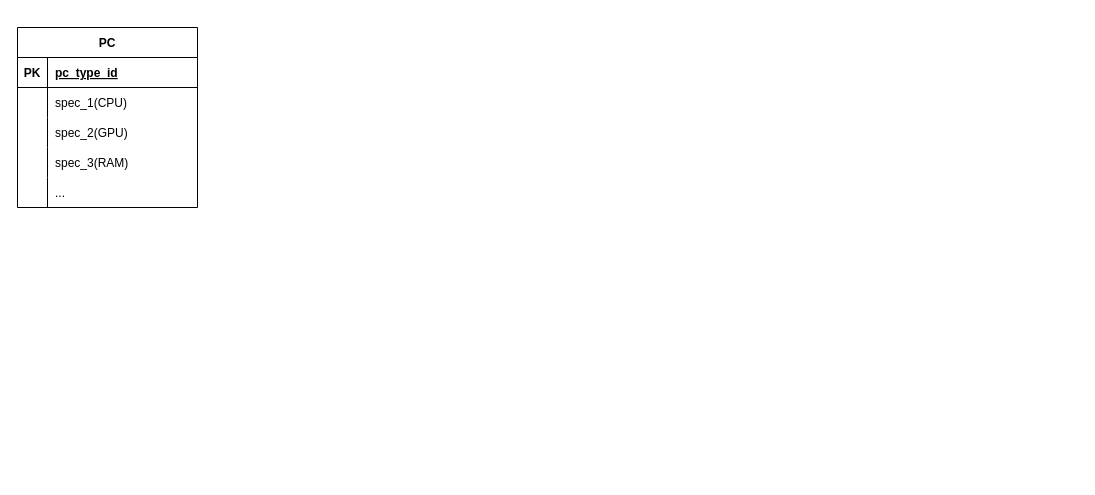
This is stage2_ER_diagram.drawio from cs411-alawini/sp23-cs411-team057-NYRN, a draw.io file, before an edit. Source tidied: cells renumbered, new cells numbered last; positions are measured from the earlier drawing's top-left corner, leaving out a move shared by most shapes. Both pictures are drawn from the tidied source at 100%, with x=0, y=0 at pixel (17, 27).
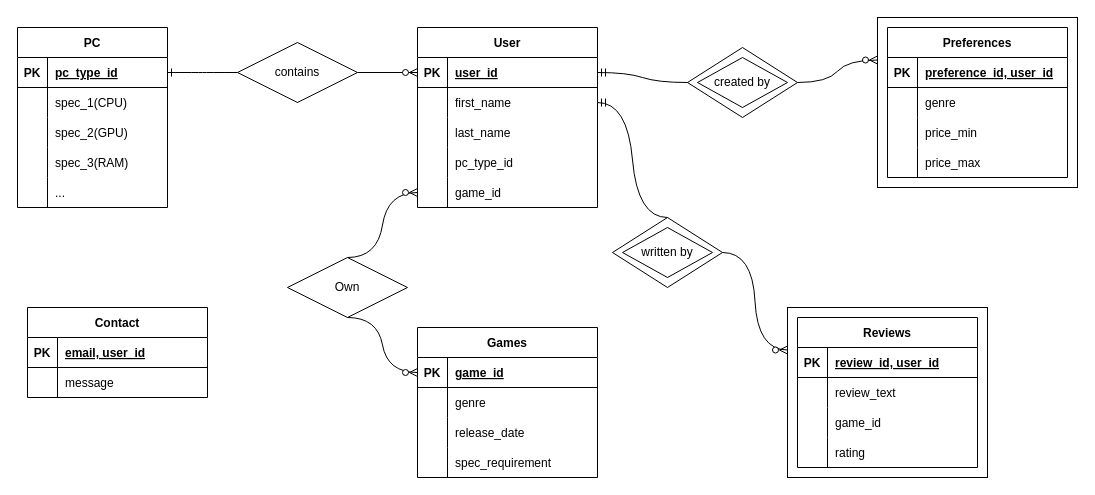
The same page after the edit.

The edit, as a diff of the source:
```diff
@@
     <mxCell id="2" value="PC" style="shape=table;startSize=30;childLayout=tableLayout;rowLines=0;fontStyle=1;align=center;" parent="1" vertex="1">
-      <mxGeometry width="180" height="180" as="geometry" />
+      <mxGeometry width="150" height="180" as="geometry" />
     </mxCell>
     <mxCell id="3" style="shape=tableRow;horizontal=0;startSize=0;swimlaneHead=0;swimlaneBody=0;fillColor=none;points=[[0,0.5],[1,0.5]];portConstraint=eastwest;top=0;left=0;right=0;bottom=1;" parent="2" vertex="1">
-      <mxGeometry y="30" width="180" height="30" as="geometry" />
+      <mxGeometry y="30" width="150" height="30" as="geometry" />
     </mxCell>
@@
     <mxCell id="5" value="pc_type_id" style="shape=partialRectangle;fillColor=none;top=0;left=0;bottom=0;right=0;align=left;spacingLeft=6;fontStyle=5;overflow=hidden;" parent="3" vertex="1">
-      <mxGeometry x="30" width="150" height="30" as="geometry" />
+      <mxGeometry x="30" width="120" height="30" as="geometry" />
     </mxCell>
     <mxCell id="6" style="shape=tableRow;horizontal=0;startSize=0;swimlaneHead=0;swimlaneBody=0;fillColor=none;top=0;left=0;right=0;bottom=0;" parent="2" vertex="1">
-      <mxGeometry y="60" width="180" height="30" as="geometry" />
+      <mxGeometry y="60" width="150" height="30" as="geometry" />
     </mxCell>
@@
     <mxCell id="8" value="spec_1(CPU)" style="shape=partialRectangle;fillColor=none;top=0;left=0;bottom=0;right=0;align=left;spacingLeft=6;overflow=hidden;" parent="6" vertex="1">
-      <mxGeometry x="30" width="150" height="30" as="geometry" />
+      <mxGeometry x="30" width="120" height="30" as="geometry" />
     </mxCell>
     <mxCell id="9" style="shape=tableRow;horizontal=0;startSize=0;swimlaneHead=0;swimlaneBody=0;fillColor=none;top=0;left=0;right=0;bottom=0;" parent="2" vertex="1">
-      <mxGeometry y="90" width="180" height="30" as="geometry" />
+      <mxGeometry y="90" width="150" height="30" as="geometry" />
     </mxCell>
@@
     <mxCell id="11" value="spec_2(GPU)" style="shape=partialRectangle;fillColor=none;top=0;left=0;bottom=0;right=0;align=left;spacingLeft=6;overflow=hidden;" parent="9" vertex="1">
-      <mxGeometry x="30" width="150" height="30" as="geometry" />
+      <mxGeometry x="30" width="120" height="30" as="geometry" />
     </mxCell>
     <mxCell id="12" style="shape=tableRow;horizontal=0;startSize=0;swimlaneHead=0;swimlaneBody=0;fillColor=none;top=0;left=0;right=0;bottom=0;" parent="2" vertex="1">
-      <mxGeometry y="120" width="180" height="30" as="geometry" />
+      <mxGeometry y="120" width="150" height="30" as="geometry" />
     </mxCell>
@@
     <mxCell id="14" value="spec_3(RAM)" style="shape=partialRectangle;fillColor=none;top=0;left=0;bottom=0;right=0;align=left;spacingLeft=6;overflow=hidden;" parent="12" vertex="1">
-      <mxGeometry x="30" width="150" height="30" as="geometry" />
+      <mxGeometry x="30" width="120" height="30" as="geometry" />
     </mxCell>
     <mxCell id="15" style="shape=tableRow;horizontal=0;startSize=0;swimlaneHead=0;swimlaneBody=0;fillColor=none;top=0;left=0;right=0;bottom=0;" parent="2" vertex="1">
-      <mxGeometry y="150" width="180" height="30" as="geometry" />
+      <mxGeometry y="150" width="150" height="30" as="geometry" />
     </mxCell>
@@
     <mxCell id="17" value="..." style="shape=partialRectangle;fillColor=none;top=0;left=0;bottom=0;right=0;align=left;spacingLeft=6;overflow=hidden;" parent="15" vertex="1">
-      <mxGeometry x="30" width="150" height="30" as="geometry" />
+      <mxGeometry x="30" width="120" height="30" as="geometry" />
     </mxCell>
+    <mxCell id="18" value="User" style="shape=table;startSize=30;childLayout=tableLayout;rowLines=0;fontStyle=1;align=center;" parent="1" vertex="1">
+      <mxGeometry x="400" width="180" height="180" as="geometry" />
+    </mxCell>
+    <mxCell id="19" style="shape=tableRow;horizontal=0;startSize=0;swimlaneHead=0;swimlaneBody=0;fillColor=none;points=[[0,0.5],[1,0.5]];portConstraint=eastwest;top=0;left=0;right=0;bottom=1;" parent="18" vertex="1">
+      <mxGeometry y="30" width="180" height="30" as="geometry" />
+    </mxCell>
+    <mxCell id="20" value="PK" style="shape=partialRectangle;fillColor=none;top=0;left=0;bottom=0;right=0;fontStyle=1;overflow=hidden;" parent="19" vertex="1">
+      <mxGeometry width="30" height="30" as="geometry" />
+    </mxCell>
+    <mxCell id="21" value="user_id" style="shape=partialRectangle;fillColor=none;top=0;left=0;bottom=0;right=0;align=left;spacingLeft=6;fontStyle=5;overflow=hidden;" parent="19" vertex="1">
+      <mxGeometry x="30" width="150" height="30" as="geometry" />
+    </mxCell>
+    <mxCell id="22" style="shape=tableRow;horizontal=0;startSize=0;swimlaneHead=0;swimlaneBody=0;fillColor=none;points=[[0,0.5],[1,0.5]];portConstraint=eastwest;top=0;left=0;right=0;bottom=0;" parent="18" vertex="1">
+      <mxGeometry y="60" width="180" height="30" as="geometry" />
+    </mxCell>
+    <mxCell id="23" style="shape=partialRectangle;fillColor=none;top=0;left=0;bottom=0;right=0;overflow=hidden;" parent="22" vertex="1">
+      <mxGeometry width="30" height="30" as="geometry" />
+    </mxCell>
+    <mxCell id="24" value="first_name" style="shape=partialRectangle;fillColor=none;top=0;left=0;bottom=0;right=0;align=left;spacingLeft=6;overflow=hidden;" parent="22" vertex="1">
+      <mxGeometry x="30" width="150" height="30" as="geometry" />
+    </mxCell>
+    <mxCell id="25" style="shape=tableRow;horizontal=0;startSize=0;swimlaneHead=0;swimlaneBody=0;fillColor=none;top=0;left=0;right=0;bottom=0;" parent="18" vertex="1">
+      <mxGeometry y="90" width="180" height="30" as="geometry" />
+    </mxCell>
+    <mxCell id="26" style="shape=partialRectangle;fillColor=none;top=0;left=0;bottom=0;right=0;overflow=hidden;" parent="25" vertex="1">
+      <mxGeometry width="30" height="30" as="geometry" />
+    </mxCell>
+    <mxCell id="27" value="last_name" style="shape=partialRectangle;fillColor=none;top=0;left=0;bottom=0;right=0;align=left;spacingLeft=6;overflow=hidden;" parent="25" vertex="1">
+      <mxGeometry x="30" width="150" height="30" as="geometry" />
+    </mxCell>
+    <mxCell id="28" style="shape=tableRow;horizontal=0;startSize=0;swimlaneHead=0;swimlaneBody=0;fillColor=none;top=0;left=0;right=0;bottom=0;" parent="18" vertex="1">
+      <mxGeometry y="120" width="180" height="30" as="geometry" />
+    </mxCell>
+    <mxCell id="29" style="shape=partialRectangle;fillColor=none;top=0;left=0;bottom=0;right=0;overflow=hidden;" parent="28" vertex="1">
+      <mxGeometry width="30" height="30" as="geometry" />
+    </mxCell>
+    <mxCell id="30" value="pc_type_id" style="shape=partialRectangle;fillColor=none;top=0;left=0;bottom=0;right=0;align=left;spacingLeft=6;overflow=hidden;" parent="28" vertex="1">
+      <mxGeometry x="30" width="150" height="30" as="geometry" />
+    </mxCell>
+    <mxCell id="31" style="shape=tableRow;horizontal=0;startSize=0;swimlaneHead=0;swimlaneBody=0;fillColor=none;points=[[0,0.5],[1,0.5]];portConstraint=eastwest;top=0;left=0;right=0;bottom=0;" parent="18" vertex="1">
+      <mxGeometry y="150" width="180" height="30" as="geometry" />
+    </mxCell>
+    <mxCell id="32" style="shape=partialRectangle;fillColor=none;top=0;left=0;bottom=0;right=0;overflow=hidden;" parent="31" vertex="1">
+      <mxGeometry width="30" height="30" as="geometry" />
+    </mxCell>
+    <mxCell id="33" value="game_id" style="shape=partialRectangle;fillColor=none;top=0;left=0;bottom=0;right=0;align=left;spacingLeft=6;overflow=hidden;" parent="31" vertex="1">
+      <mxGeometry x="30" width="150" height="30" as="geometry" />
+    </mxCell>
+    <mxCell id="34" value="Games" style="shape=table;startSize=30;childLayout=tableLayout;rowLines=0;fontStyle=1;align=center;" parent="1" vertex="1">
+      <mxGeometry x="400" y="300" width="180" height="150" as="geometry" />
+    </mxCell>
+    <mxCell id="35" style="shape=tableRow;horizontal=0;startSize=0;swimlaneHead=0;swimlaneBody=0;fillColor=none;points=[[0,0.5],[1,0.5]];portConstraint=eastwest;top=0;left=0;right=0;bottom=1;" parent="34" vertex="1">
+      <mxGeometry y="30" width="180" height="30" as="geometry" />
+    </mxCell>
+    <mxCell id="36" value="PK" style="shape=partialRectangle;fillColor=none;top=0;left=0;bottom=0;right=0;fontStyle=1;overflow=hidden;" parent="35" vertex="1">
+      <mxGeometry width="30" height="30" as="geometry" />
+    </mxCell>
+    <mxCell id="37" value="game_id" style="shape=partialRectangle;fillColor=none;top=0;left=0;bottom=0;right=0;align=left;spacingLeft=6;fontStyle=5;overflow=hidden;" parent="35" vertex="1">
+      <mxGeometry x="30" width="150" height="30" as="geometry" />
+    </mxCell>
+    <mxCell id="38" style="shape=tableRow;horizontal=0;startSize=0;swimlaneHead=0;swimlaneBody=0;fillColor=none;top=0;left=0;right=0;bottom=0;" parent="34" vertex="1">
+      <mxGeometry y="60" width="180" height="30" as="geometry" />
+    </mxCell>
+    <mxCell id="39" style="shape=partialRectangle;fillColor=none;top=0;left=0;bottom=0;right=0;overflow=hidden;" parent="38" vertex="1">
+      <mxGeometry width="30" height="30" as="geometry" />
+    </mxCell>
+    <mxCell id="40" value="genre" style="shape=partialRectangle;fillColor=none;top=0;left=0;bottom=0;right=0;align=left;spacingLeft=6;overflow=hidden;" parent="38" vertex="1">
+      <mxGeometry x="30" width="150" height="30" as="geometry" />
+    </mxCell>
+    <mxCell id="41" style="shape=tableRow;horizontal=0;startSize=0;swimlaneHead=0;swimlaneBody=0;fillColor=none;top=0;left=0;right=0;bottom=0;" parent="34" vertex="1">
+      <mxGeometry y="90" width="180" height="30" as="geometry" />
+    </mxCell>
+    <mxCell id="42" style="shape=partialRectangle;fillColor=none;top=0;left=0;bottom=0;right=0;overflow=hidden;" parent="41" vertex="1">
+      <mxGeometry width="30" height="30" as="geometry" />
+    </mxCell>
+    <mxCell id="43" value="release_date" style="shape=partialRectangle;fillColor=none;top=0;left=0;bottom=0;right=0;align=left;spacingLeft=6;overflow=hidden;" parent="41" vertex="1">
+      <mxGeometry x="30" width="150" height="30" as="geometry" />
+    </mxCell>
+    <mxCell id="44" style="shape=tableRow;horizontal=0;startSize=0;swimlaneHead=0;swimlaneBody=0;fillColor=none;top=0;left=0;right=0;bottom=0;" parent="34" vertex="1">
+      <mxGeometry y="120" width="180" height="30" as="geometry" />
+    </mxCell>
+    <mxCell id="45" style="shape=partialRectangle;fillColor=none;top=0;left=0;bottom=0;right=0;overflow=hidden;" parent="44" vertex="1">
+      <mxGeometry width="30" height="30" as="geometry" />
+    </mxCell>
+    <mxCell id="46" value="spec_requirement" style="shape=partialRectangle;fillColor=none;top=0;left=0;bottom=0;right=0;align=left;spacingLeft=6;overflow=hidden;" parent="44" vertex="1">
+      <mxGeometry x="30" width="150" height="30" as="geometry" />
+    </mxCell>
+    <mxCell id="47" value="Contact" style="shape=table;startSize=30;childLayout=tableLayout;rowLines=0;fontStyle=1;align=center;" parent="1" vertex="1">
+      <mxGeometry x="10" y="280" width="180" height="90" as="geometry" />
+    </mxCell>
+    <mxCell id="48" style="shape=tableRow;horizontal=0;startSize=0;swimlaneHead=0;swimlaneBody=0;fillColor=none;top=0;left=0;right=0;bottom=1;" parent="47" vertex="1">
+      <mxGeometry y="30" width="180" height="30" as="geometry" />
+    </mxCell>
+    <mxCell id="49" value="PK" style="shape=partialRectangle;fillColor=none;top=0;left=0;bottom=0;right=0;fontStyle=1;overflow=hidden;" parent="48" vertex="1">
+      <mxGeometry width="30" height="30" as="geometry" />
+    </mxCell>
+    <mxCell id="50" value="email, user_id" style="shape=partialRectangle;fillColor=none;top=0;left=0;bottom=0;right=0;align=left;spacingLeft=6;fontStyle=5;overflow=hidden;" parent="48" vertex="1">
+      <mxGeometry x="30" width="150" height="30" as="geometry" />
+    </mxCell>
+    <mxCell id="51" style="shape=tableRow;horizontal=0;startSize=0;swimlaneHead=0;swimlaneBody=0;fillColor=none;top=0;left=0;right=0;bottom=0;" parent="47" vertex="1">
+      <mxGeometry y="60" width="180" height="30" as="geometry" />
+    </mxCell>
+    <mxCell id="52" style="shape=partialRectangle;fillColor=none;top=0;left=0;bottom=0;right=0;overflow=hidden;" parent="51" vertex="1">
+      <mxGeometry width="30" height="30" as="geometry" />
+    </mxCell>
+    <mxCell id="53" value="message" style="shape=partialRectangle;fillColor=none;top=0;left=0;bottom=0;right=0;align=left;spacingLeft=6;overflow=hidden;" parent="51" vertex="1">
+      <mxGeometry x="30" width="150" height="30" as="geometry" />
+    </mxCell>
+    <mxCell id="54" value="Preferences" style="shape=table;startSize=30;childLayout=tableLayout;rowLines=0;fontStyle=1;align=center;" parent="1" vertex="1">
+      <mxGeometry x="870" width="180" height="150" as="geometry" />
+    </mxCell>
+    <mxCell id="55" style="shape=tableRow;horizontal=0;startSize=0;swimlaneHead=0;swimlaneBody=0;fillColor=none;top=0;left=0;right=0;bottom=1;" parent="54" vertex="1">
+      <mxGeometry y="30" width="180" height="30" as="geometry" />
+    </mxCell>
+    <mxCell id="56" value="PK" style="shape=partialRectangle;fillColor=none;top=0;left=0;bottom=0;right=0;fontStyle=1;overflow=hidden;" parent="55" vertex="1">
+      <mxGeometry width="30" height="30" as="geometry" />
+    </mxCell>
+    <mxCell id="57" value="preference_id, user_id" style="shape=partialRectangle;fillColor=none;top=0;left=0;bottom=0;right=0;align=left;spacingLeft=6;fontStyle=5;overflow=hidden;" parent="55" vertex="1">
+      <mxGeometry x="30" width="150" height="30" as="geometry" />
+    </mxCell>
+    <mxCell id="58" style="shape=tableRow;horizontal=0;startSize=0;swimlaneHead=0;swimlaneBody=0;fillColor=none;top=0;left=0;right=0;bottom=0;" parent="54" vertex="1">
+      <mxGeometry y="60" width="180" height="30" as="geometry" />
+    </mxCell>
+    <mxCell id="59" style="shape=partialRectangle;fillColor=none;top=0;left=0;bottom=0;right=0;overflow=hidden;" parent="58" vertex="1">
+      <mxGeometry width="30" height="30" as="geometry" />
+    </mxCell>
+    <mxCell id="60" value="genre" style="shape=partialRectangle;fillColor=none;top=0;left=0;bottom=0;right=0;align=left;spacingLeft=6;overflow=hidden;" parent="58" vertex="1">
+      <mxGeometry x="30" width="150" height="30" as="geometry" />
+    </mxCell>
+    <mxCell id="61" style="shape=tableRow;horizontal=0;startSize=0;swimlaneHead=0;swimlaneBody=0;fillColor=none;top=0;left=0;right=0;bottom=0;" parent="54" vertex="1">
+      <mxGeometry y="90" width="180" height="30" as="geometry" />
+    </mxCell>
+    <mxCell id="62" style="shape=partialRectangle;fillColor=none;top=0;left=0;bottom=0;right=0;overflow=hidden;" parent="61" vertex="1">
+      <mxGeometry width="30" height="30" as="geometry" />
+    </mxCell>
+    <mxCell id="63" value="price_min" style="shape=partialRectangle;fillColor=none;top=0;left=0;bottom=0;right=0;align=left;spacingLeft=6;overflow=hidden;" parent="61" vertex="1">
+      <mxGeometry x="30" width="150" height="30" as="geometry" />
+    </mxCell>
+    <mxCell id="64" style="shape=tableRow;horizontal=0;startSize=0;swimlaneHead=0;swimlaneBody=0;fillColor=none;top=0;left=0;right=0;bottom=0;" parent="54" vertex="1">
+      <mxGeometry y="120" width="180" height="30" as="geometry" />
+    </mxCell>
+    <mxCell id="65" style="shape=partialRectangle;fillColor=none;top=0;left=0;bottom=0;right=0;overflow=hidden;" parent="64" vertex="1">
+      <mxGeometry width="30" height="30" as="geometry" />
+    </mxCell>
+    <mxCell id="66" value="price_max" style="shape=partialRectangle;fillColor=none;top=0;left=0;bottom=0;right=0;align=left;spacingLeft=6;overflow=hidden;" parent="64" vertex="1">
+      <mxGeometry x="30" width="150" height="30" as="geometry" />
+    </mxCell>
+    <mxCell id="67" value="Reviews" style="shape=table;startSize=30;childLayout=tableLayout;rowLines=0;fontStyle=1;align=center;" parent="1" vertex="1">
+      <mxGeometry x="780" y="290" width="180" height="150" as="geometry" />
+    </mxCell>
+    <mxCell id="68" style="shape=tableRow;horizontal=0;startSize=0;swimlaneHead=0;swimlaneBody=0;fillColor=none;top=0;left=0;right=0;bottom=1;" parent="67" vertex="1">
+      <mxGeometry y="30" width="180" height="30" as="geometry" />
+    </mxCell>
+    <mxCell id="69" value="PK" style="shape=partialRectangle;fillColor=none;top=0;left=0;bottom=0;right=0;fontStyle=1;overflow=hidden;" parent="68" vertex="1">
+      <mxGeometry width="30" height="30" as="geometry" />
+    </mxCell>
+    <mxCell id="70" value="review_id, user_id" style="shape=partialRectangle;fillColor=none;top=0;left=0;bottom=0;right=0;align=left;spacingLeft=6;fontStyle=5;overflow=hidden;" parent="68" vertex="1">
+      <mxGeometry x="30" width="150" height="30" as="geometry" />
+    </mxCell>
+    <mxCell id="71" style="shape=tableRow;horizontal=0;startSize=0;swimlaneHead=0;swimlaneBody=0;fillColor=none;top=0;left=0;right=0;bottom=0;" parent="67" vertex="1">
+      <mxGeometry y="60" width="180" height="30" as="geometry" />
+    </mxCell>
+    <mxCell id="72" style="shape=partialRectangle;fillColor=none;top=0;left=0;bottom=0;right=0;overflow=hidden;" parent="71" vertex="1">
+      <mxGeometry width="30" height="30" as="geometry" />
+    </mxCell>
+    <mxCell id="73" value="review_text" style="shape=partialRectangle;fillColor=none;top=0;left=0;bottom=0;right=0;align=left;spacingLeft=6;overflow=hidden;" parent="71" vertex="1">
+      <mxGeometry x="30" width="150" height="30" as="geometry" />
+    </mxCell>
+    <mxCell id="74" style="shape=tableRow;horizontal=0;startSize=0;swimlaneHead=0;swimlaneBody=0;fillColor=none;top=0;left=0;right=0;bottom=0;" parent="67" vertex="1">
+      <mxGeometry y="90" width="180" height="30" as="geometry" />
+    </mxCell>
+    <mxCell id="75" style="shape=partialRectangle;fillColor=none;top=0;left=0;bottom=0;right=0;overflow=hidden;" parent="74" vertex="1">
+      <mxGeometry width="30" height="30" as="geometry" />
+    </mxCell>
+    <mxCell id="76" value="game_id" style="shape=partialRectangle;fillColor=none;top=0;left=0;bottom=0;right=0;align=left;spacingLeft=6;overflow=hidden;" parent="74" vertex="1">
+      <mxGeometry x="30" width="150" height="30" as="geometry" />
+    </mxCell>
+    <mxCell id="77" style="shape=tableRow;horizontal=0;startSize=0;swimlaneHead=0;swimlaneBody=0;fillColor=none;top=0;left=0;right=0;bottom=0;" parent="67" vertex="1">
+      <mxGeometry y="120" width="180" height="30" as="geometry" />
+    </mxCell>
+    <mxCell id="78" style="shape=partialRectangle;fillColor=none;top=0;left=0;bottom=0;right=0;overflow=hidden;" parent="77" vertex="1">
+      <mxGeometry width="30" height="30" as="geometry" />
+    </mxCell>
+    <mxCell id="79" value="rating" style="shape=partialRectangle;fillColor=none;top=0;left=0;bottom=0;right=0;align=left;spacingLeft=6;overflow=hidden;" parent="77" vertex="1">
+      <mxGeometry x="30" width="150" height="30" as="geometry" />
+    </mxCell>
+    <mxCell id="80" style="rounded=0;whiteSpace=wrap;html=1;fillColor=none;" parent="1" vertex="1">
+      <mxGeometry x="860" y="-10" width="200" height="170" as="geometry" />
+    </mxCell>
+    <mxCell id="81" value="contains" style="shape=rhombus;perimeter=rhombusPerimeter;whiteSpace=wrap;html=1;align=center;fillColor=none;" parent="1" vertex="1">
+      <mxGeometry x="220" y="15" width="120" height="60" as="geometry" />
+    </mxCell>
+    <mxCell id="82" style="edgeStyle=entityRelationEdgeStyle;fontSize=12;html=1;endArrow=ERone;endFill=1;entryX=1;entryY=0.5;entryDx=0;entryDy=0;exitX=0;exitY=0.5;exitDx=0;exitDy=0;curved=1;" parent="1" edge="1" source="81" target="3">
+      <mxGeometry relative="1" as="geometry" />
+    </mxCell>
+    <mxCell id="83" style="edgeStyle=entityRelationEdgeStyle;fontSize=12;html=1;endArrow=ERzeroToMany;endFill=1;curved=1;entryX=0;entryY=0.5;entryDx=0;entryDy=0;exitX=1;exitY=0.5;exitDx=0;exitDy=0;" parent="1" edge="1" source="81" target="19">
+      <mxGeometry relative="1" as="geometry" />
+    </mxCell>
+    <mxCell id="84" value="created by" style="shape=rhombus;perimeter=rhombusPerimeter;whiteSpace=wrap;html=1;align=center;fillColor=none;" parent="1" vertex="1">
+      <mxGeometry x="680" y="30" width="90" height="50" as="geometry" />
+    </mxCell>
+    <mxCell id="85" style="rhombus;whiteSpace=wrap;html=1;fillColor=none;" parent="1" vertex="1">
+      <mxGeometry x="670" y="20" width="110" height="70" as="geometry" />
+    </mxCell>
+    <mxCell id="86" style="edgeStyle=entityRelationEdgeStyle;fontSize=12;html=1;endArrow=ERzeroToMany;endFill=1;curved=1;entryX=0;entryY=0.25;entryDx=0;entryDy=0;exitX=1;exitY=0.5;exitDx=0;exitDy=0;" parent="1" edge="1" source="85" target="80">
+      <mxGeometry relative="1" as="geometry" />
+    </mxCell>
+    <mxCell id="87" style="edgeStyle=entityRelationEdgeStyle;fontSize=12;html=1;endArrow=ERmandOne;curved=1;entryX=1;entryY=0.5;entryDx=0;entryDy=0;exitX=0;exitY=0.5;exitDx=0;exitDy=0;" parent="1" edge="1" source="85" target="19">
+      <mxGeometry relative="1" as="geometry" />
+    </mxCell>
+    <mxCell id="88" style="rounded=0;whiteSpace=wrap;html=1;fillColor=none;" parent="1" vertex="1">
+      <mxGeometry x="770" y="280" width="200" height="170" as="geometry" />
+    </mxCell>
+    <mxCell id="89" value="written by" style="shape=rhombus;perimeter=rhombusPerimeter;whiteSpace=wrap;html=1;align=center;fillColor=none;" parent="1" vertex="1">
+      <mxGeometry x="605" y="200" width="90" height="50" as="geometry" />
+    </mxCell>
+    <mxCell id="90" style="rhombus;whiteSpace=wrap;html=1;fillColor=none;" parent="1" vertex="1">
+      <mxGeometry x="595" y="190" width="110" height="70" as="geometry" />
+    </mxCell>
+    <mxCell id="91" style="edgeStyle=entityRelationEdgeStyle;fontSize=12;html=1;endArrow=ERzeroToMany;endFill=1;curved=1;entryX=0;entryY=0.25;entryDx=0;entryDy=0;exitX=1;exitY=0.5;exitDx=0;exitDy=0;" parent="1" edge="1" source="90" target="88">
+      <mxGeometry relative="1" as="geometry" />
+    </mxCell>
+    <mxCell id="92" style="edgeStyle=entityRelationEdgeStyle;fontSize=12;html=1;endArrow=ERmandOne;curved=1;entryX=1;entryY=0.5;entryDx=0;entryDy=0;exitX=0.5;exitY=0;exitDx=0;exitDy=0;" parent="1" edge="1" source="90" target="22">
+      <mxGeometry relative="1" as="geometry" />
+    </mxCell>
+    <mxCell id="93" value="Own" style="shape=rhombus;perimeter=rhombusPerimeter;whiteSpace=wrap;html=1;align=center;fillColor=none;" parent="1" vertex="1">
+      <mxGeometry x="270" y="230" width="120" height="60" as="geometry" />
+    </mxCell>
+    <mxCell id="94" style="edgeStyle=entityRelationEdgeStyle;fontSize=12;html=1;endArrow=ERzeroToMany;endFill=1;entryX=0;entryY=0.5;entryDx=0;entryDy=0;exitX=0.5;exitY=0;exitDx=0;exitDy=0;curved=1;" parent="1" edge="1" source="93" target="31">
+      <mxGeometry relative="1" as="geometry" />
+    </mxCell>
+    <mxCell id="95" style="edgeStyle=entityRelationEdgeStyle;fontSize=12;html=1;endArrow=ERzeroToMany;endFill=1;curved=1;entryX=0;entryY=0.5;entryDx=0;entryDy=0;exitX=0.5;exitY=1;exitDx=0;exitDy=0;" parent="1" edge="1" source="93" target="35">
+      <mxGeometry relative="1" as="geometry" />
+    </mxCell>
```
